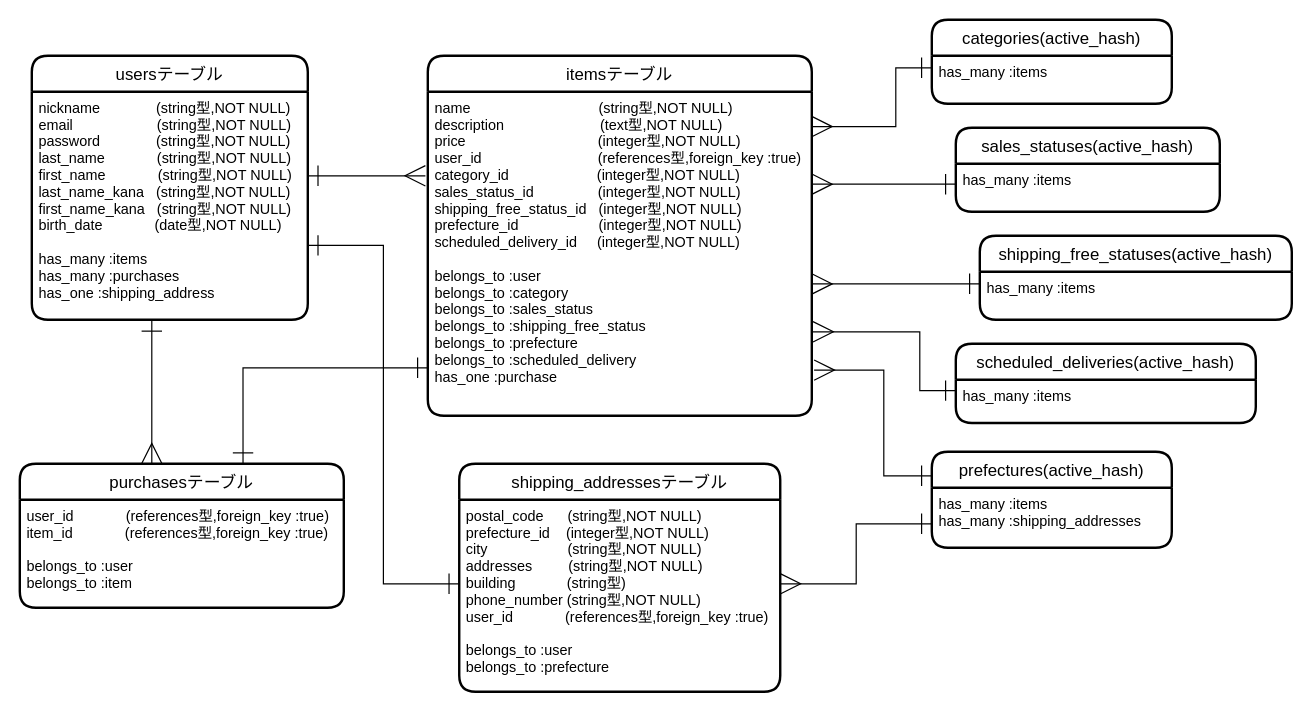
This is DB設計.dio from Yamafuku0717/furima-34794, a draw.io file, before an edit. Source tidied: cells renumbered, new cells numbered last; positions are measured from the earlier drawing's top-left corner, leaving out a move shared by most shapes. Both pictures are drawn from the tidied source at 120%, with x=0, y=0 at pixel (19, 19).
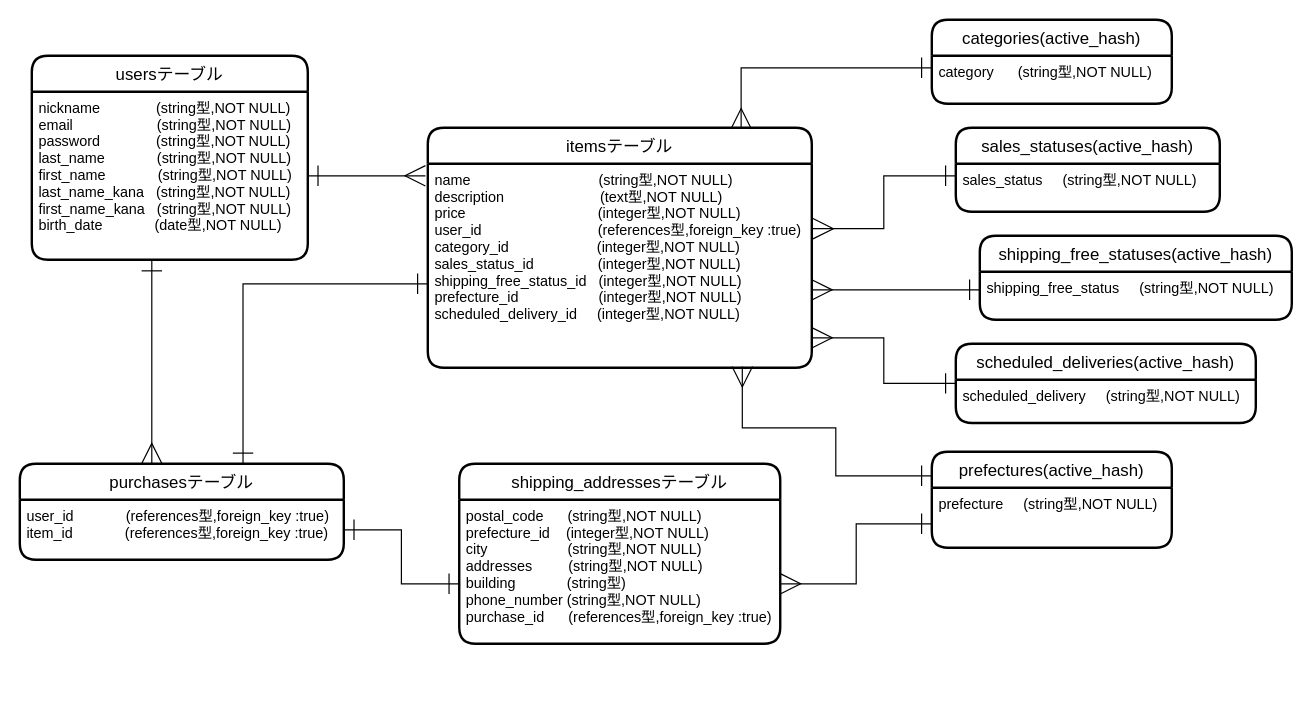
The same page after the edit.

Commit message (it also covers changes not shown here):
指摘箇所の修正

Unchanged cells that the change refers to:
```xml
<mxCell id="7" value="sales_statuses(active_hash)" style="swimlane;horizontal=1;startSize=30;rounded=1;fontSize=14;fontStyle=0;strokeWidth=2;shadow=0;dashed=0;align=center;" parent="1" vertex="1">
  <mxGeometry x="780" y="90" width="220" height="70" as="geometry" />
</mxCell>
<mxCell id="9" value="categories(active_hash)" style="swimlane;horizontal=1;startSize=30;rounded=1;fontSize=14;fontStyle=0;strokeWidth=2;shadow=0;dashed=0;align=center;" parent="1" vertex="1">
  <mxGeometry x="760" width="200" height="70" as="geometry" />
</mxCell>
<mxCell id="12" value="shipping_free_statuses(active_hash)" style="swimlane;horizontal=1;startSize=30;rounded=1;fontSize=14;fontStyle=0;strokeWidth=2;shadow=0;dashed=0;align=center;" parent="1" vertex="1">
  <mxGeometry x="800" y="180" width="260" height="70" as="geometry" />
</mxCell>
<mxCell id="14" value="scheduled_deliveries(active_hash)" style="swimlane;horizontal=1;startSize=30;rounded=1;fontSize=14;fontStyle=0;strokeWidth=2;shadow=0;dashed=0;align=center;" parent="1" vertex="1">
  <mxGeometry x="780" y="270" width="250" height="66" as="geometry" />
</mxCell>
<mxCell id="23" value="prefectures(active_hash)" style="swimlane;horizontal=1;startSize=30;rounded=1;fontSize=14;fontStyle=0;strokeWidth=2;shadow=0;dashed=0;align=center;" parent="1" vertex="1">
  <mxGeometry x="760" y="360" width="200" height="80" as="geometry" />
</mxCell>
```

The edit, as a diff of the source:
```diff
@@
     <mxCell id="2" value="usersテーブル" style="swimlane;horizontal=1;startSize=30;rounded=1;fontSize=14;fontStyle=0;strokeWidth=2;shadow=0;dashed=0;align=center;" parent="1" vertex="1">
-      <mxGeometry x="10" y="30" width="230" height="220" as="geometry" />
+      <mxGeometry x="10" y="30" width="230" height="170" as="geometry" />
     </mxCell>
-    <mxCell id="3" value="nickname              (string型,NOT NULL)&#10;email                     (string型,NOT NULL)&#10;password              (string型,NOT NULL)&#10;last_name             (string型,NOT NULL)&#10;first_name             (string型,NOT NULL)&#10;last_name_kana   (string型,NOT NULL)&#10;first_name_kana   (string型,NOT NULL)&#10;birth_date             (date型,NOT NULL)&#10;&#10;has_many :items&#10;has_many :purchases&#10;has_one :shipping_address" style="align=left;fillColor=none;spacingLeft=4;fontSize=12;verticalAlign=top;strokeColor=none;" parent="2" vertex="1">
-      <mxGeometry y="30" width="230" height="190" as="geometry" />
+    <mxCell id="3" value="nickname              (string型,NOT NULL)&#10;email                     (string型,NOT NULL)&#10;password              (string型,NOT NULL)&#10;last_name             (string型,NOT NULL)&#10;first_name             (string型,NOT NULL)&#10;last_name_kana   (string型,NOT NULL)&#10;first_name_kana   (string型,NOT NULL)&#10;birth_date             (date型,NOT NULL)" style="align=left;fillColor=none;spacingLeft=4;fontSize=12;verticalAlign=top;strokeColor=none;" parent="2" vertex="1">
+      <mxGeometry y="30" width="230" height="140" as="geometry" />
     </mxCell>
     <mxCell id="4" style="edgeStyle=orthogonalEdgeStyle;rounded=0;jettySize=auto;html=1;entryX=0.689;entryY=-0.005;entryDx=0;entryDy=0;entryPerimeter=0;startArrow=ERone;startFill=0;startSize=15;endArrow=ERone;endFill=0;endSize=15;" parent="1" edge="1" source="5" target="16">
       <mxGeometry relative="1" as="geometry">
         <Array as="points">
-          <mxPoint x="186" y="290" />
+          <mxPoint x="186" y="220" />
         </Array>
       </mxGeometry>
     </mxCell>
     <mxCell id="5" value="itemsテーブル" style="swimlane;horizontal=1;startSize=30;rounded=1;fontSize=14;fontStyle=0;strokeWidth=2;shadow=0;dashed=0;align=center;" parent="1" vertex="1">
-      <mxGeometry x="340" y="30" width="320" height="300" as="geometry" />
+      <mxGeometry x="340" y="90" width="320" height="200" as="geometry" />
     </mxCell>
-    <mxCell id="6" value="name                                (string型,NOT NULL)&#10;description                        (text型,NOT NULL)&#10;price                                 (integer型,NOT NULL)&#10;user_id                             (references型,foreign_key :true)&#10;category_id                      (integer型,NOT NULL)&#10;sales_status_id                (integer型,NOT NULL)&#10;shipping_free_status_id   (integer型,NOT NULL)&#10;prefecture_id                    (integer型,NOT NULL)&#10;scheduled_delivery_id     (integer型,NOT NULL)&#10;&#10;belongs_to :user&#10;belongs_to :category&#10;belongs_to :sales_status&#10;belongs_to :shipping_free_status&#10;belongs_to :prefecture&#10;belongs_to :scheduled_delivery&#10;has_one :purchase" style="align=left;strokeColor=none;fillColor=none;spacingLeft=4;fontSize=12;verticalAlign=top;" parent="5" vertex="1">
-      <mxGeometry y="30" width="320" height="270" as="geometry" />
+    <mxCell id="6" value="name                                (string型,NOT NULL)&#10;description                        (text型,NOT NULL)&#10;price                                 (integer型,NOT NULL)&#10;user_id                             (references型,foreign_key :true)&#10;category_id                      (integer型,NOT NULL)&#10;sales_status_id                (integer型,NOT NULL)&#10;shipping_free_status_id   (integer型,NOT NULL)&#10;prefecture_id                    (integer型,NOT NULL)&#10;scheduled_delivery_id     (integer型,NOT NULL)" style="align=left;strokeColor=none;fillColor=none;spacingLeft=4;fontSize=12;verticalAlign=top;" parent="5" vertex="1">
+      <mxGeometry y="30" width="320" height="170" as="geometry" />
     </mxCell>
@@
-    <mxCell id="8" value="has_many :items" style="align=left;strokeColor=none;fillColor=none;spacingLeft=4;fontSize=12;verticalAlign=top;" parent="7" vertex="1">
+    <mxCell id="8" value="sales_status     (string型,NOT NULL)" style="align=left;strokeColor=none;fillColor=none;spacingLeft=4;fontSize=12;verticalAlign=top;" parent="7" vertex="1">
       <mxGeometry y="30" width="220" height="40" as="geometry" />
     </mxCell>
@@
-    <mxCell id="10" value="has_many :items" style="align=left;strokeColor=none;fillColor=none;spacingLeft=4;fontSize=12;verticalAlign=top;" parent="9" vertex="1">
+    <mxCell id="10" value="category      (string型,NOT NULL)" style="align=left;strokeColor=none;fillColor=none;spacingLeft=4;fontSize=12;verticalAlign=top;" parent="9" vertex="1">
       <mxGeometry y="30" width="200" height="40" as="geometry" />
     </mxCell>
-    <mxCell id="11" style="edgeStyle=orthogonalEdgeStyle;rounded=0;jettySize=auto;html=1;startArrow=ERone;startFill=0;startSize=15;endArrow=ERmany;endFill=0;endSize=15;exitX=0;exitY=0.25;exitDx=0;exitDy=0;entryX=1;entryY=0.593;entryDx=0;entryDy=0;entryPerimeter=0;" parent="1" edge="1" source="13" target="6">
-      <mxGeometry relative="1" as="geometry" />
-    </mxCell>
@@
-    <mxCell id="13" value="has_many :items" style="align=left;strokeColor=none;fillColor=none;spacingLeft=4;fontSize=12;verticalAlign=top;" parent="12" vertex="1">
+    <mxCell id="13" value="shipping_free_status     (string型,NOT NULL)" style="align=left;strokeColor=none;fillColor=none;spacingLeft=4;fontSize=12;verticalAlign=top;" parent="12" vertex="1">
       <mxGeometry y="30" width="260" height="40" as="geometry" />
     </mxCell>
+    <mxCell id="30" style="edgeStyle=orthogonalEdgeStyle;rounded=0;jettySize=auto;html=1;entryX=1;entryY=0.853;entryDx=0;entryDy=0;entryPerimeter=0;startArrow=ERone;startFill=0;startSize=15;endArrow=ERmany;endFill=0;endSize=15;" parent="1" edge="1" source="14" target="6">
+      <mxGeometry relative="1" as="geometry" />
+    </mxCell>
@@
-    <mxCell id="15" value="has_many :items" style="align=left;strokeColor=none;fillColor=none;spacingLeft=4;fontSize=12;verticalAlign=top;" parent="14" vertex="1">
+    <mxCell id="15" value="scheduled_delivery     (string型,NOT NULL)" style="align=left;strokeColor=none;fillColor=none;spacingLeft=4;fontSize=12;verticalAlign=top;" parent="14" vertex="1">
       <mxGeometry y="30" width="250" height="36" as="geometry" />
     </mxCell>
     <mxCell id="16" value="purchasesテーブル" style="swimlane;horizontal=1;startSize=30;rounded=1;fontSize=14;fontStyle=0;strokeWidth=2;shadow=0;dashed=0;align=center;" parent="1" vertex="1">
-      <mxGeometry y="370" width="270" height="120" as="geometry" />
+      <mxGeometry y="370" width="270" height="80" as="geometry" />
     </mxCell>
-    <mxCell id="17" value="user_id             (references型,foreign_key :true)&#10;item_id             (references型,foreign_key :true)&#10;&#10;belongs_to :user&#10;belongs_to :item" style="align=left;strokeColor=none;fillColor=none;spacingLeft=4;fontSize=12;verticalAlign=top;" parent="16" vertex="1">
-      <mxGeometry y="30" width="270" height="90" as="geometry" />
+    <mxCell id="17" value="user_id             (references型,foreign_key :true)&#10;item_id             (references型,foreign_key :true)" style="align=left;strokeColor=none;fillColor=none;spacingLeft=4;fontSize=12;verticalAlign=top;" parent="16" vertex="1">
+      <mxGeometry y="30" width="270" height="50" as="geometry" />
     </mxCell>
-    <mxCell id="18" style="edgeStyle=orthogonalEdgeStyle;rounded=0;jettySize=auto;html=1;endArrow=ERmany;endFill=0;startArrow=ERone;startFill=0;endSize=15;startSize=15;exitX=0;exitY=0.25;exitDx=0;exitDy=0;" parent="1" edge="1" source="10">
-      <mxGeometry relative="1" as="geometry">
-        <mxPoint x="660" y="89" as="targetPoint" />
-        <Array as="points">
-          <mxPoint x="730" y="40" />
-          <mxPoint x="730" y="89" />
-        </Array>
-      </mxGeometry>
-    </mxCell>
-    <mxCell id="19" style="edgeStyle=orthogonalEdgeStyle;rounded=0;jettySize=auto;html=1;startArrow=ERone;startFill=0;endArrow=ERmany;endFill=0;endSize=15;startSize=15;entryX=1;entryY=0.285;entryDx=0;entryDy=0;entryPerimeter=0;" parent="1" edge="1" target="6">
-      <mxGeometry relative="1" as="geometry">
-        <mxPoint x="780" y="137" as="sourcePoint" />
-        <Array as="points">
-          <mxPoint x="780" y="137" />
-        </Array>
-      </mxGeometry>
-    </mxCell>
-    <mxCell id="20" style="edgeStyle=orthogonalEdgeStyle;rounded=0;jettySize=auto;html=1;startArrow=ERone;startFill=0;startSize=15;endSize=15;endArrow=ERmany;endFill=0;exitX=0;exitY=0.25;exitDx=0;exitDy=0;" parent="1" edge="1" source="15">
-      <mxGeometry relative="1" as="geometry">
-        <mxPoint x="661" y="260" as="targetPoint" />
-        <Array as="points">
-          <mxPoint x="750" y="309" />
-          <mxPoint x="750" y="260" />
-        </Array>
-      </mxGeometry>
-    </mxCell>
@@
-    <mxCell id="22" style="edgeStyle=orthogonalEdgeStyle;rounded=0;jettySize=auto;html=1;startArrow=ERone;startFill=0;startSize=15;endArrow=ERmany;endFill=0;endSize=15;entryX=1.006;entryY=0.859;entryDx=0;entryDy=0;entryPerimeter=0;exitX=0;exitY=0.25;exitDx=0;exitDy=0;" parent="1" edge="1" source="23" target="6">
+    <mxCell id="22" style="edgeStyle=orthogonalEdgeStyle;rounded=0;jettySize=auto;html=1;entryX=0.819;entryY=0.994;entryDx=0;entryDy=0;entryPerimeter=0;startArrow=ERone;startFill=0;startSize=15;endArrow=ERmany;endFill=0;endSize=15;" parent="1" edge="1" source="23" target="6">
       <mxGeometry relative="1" as="geometry">
         <Array as="points">
-          <mxPoint x="720" y="380" />
-          <mxPoint x="720" y="292" />
+          <mxPoint x="680" y="380" />
+          <mxPoint x="680" y="340" />
+          <mxPoint x="602" y="340" />
         </Array>
       </mxGeometry>
     </mxCell>
@@
-    <mxCell id="24" value="has_many :items&#10;has_many :shipping_addresses" style="align=left;strokeColor=none;fillColor=none;spacingLeft=4;fontSize=12;verticalAlign=top;" parent="23" vertex="1">
+    <mxCell id="24" value="prefecture     (string型,NOT NULL)" style="align=left;strokeColor=none;fillColor=none;spacingLeft=4;fontSize=12;verticalAlign=top;" parent="23" vertex="1">
       <mxGeometry y="30" width="200" height="50" as="geometry" />
     </mxCell>
     <mxCell id="25" value="shipping_addressesテーブル" style="swimlane;horizontal=1;startSize=30;rounded=1;fontSize=14;fontStyle=0;strokeWidth=2;shadow=0;dashed=0;align=center;" parent="1" vertex="1">
-      <mxGeometry x="366.2" y="370" width="267.5" height="190" as="geometry" />
+      <mxGeometry x="366.2" y="370" width="267.5" height="150" as="geometry" />
     </mxCell>
-    <mxCell id="26" value="postal_code      (string型,NOT NULL)&#10;prefecture_id    (integer型,NOT NULL)&#10;city                    (string型,NOT NULL)&#10;addresses         (string型,NOT NULL)&#10;building　　　  (string型)&#10;phone_number (string型,NOT NULL)&#10;user_id             (references型,foreign_key :true)&#10;&#10;belongs_to :user&#10;belongs_to :prefecture" style="align=left;strokeColor=none;fillColor=none;spacingLeft=4;fontSize=12;verticalAlign=top;" parent="25" vertex="1">
-      <mxGeometry y="30" width="267.5" height="160" as="geometry" />
+    <mxCell id="26" value="postal_code      (string型,NOT NULL)&#10;prefecture_id    (integer型,NOT NULL)&#10;city                    (string型,NOT NULL)&#10;addresses         (string型,NOT NULL)&#10;building　　　  (string型)&#10;phone_number (string型,NOT NULL)&#10;purchase_id      (references型,foreign_key :true)&#10;" style="align=left;strokeColor=none;fillColor=none;spacingLeft=4;fontSize=12;verticalAlign=top;" parent="25" vertex="1">
+      <mxGeometry y="30" width="267.5" height="120" as="geometry" />
     </mxCell>
@@
-    <mxCell id="28" style="edgeStyle=orthogonalEdgeStyle;rounded=0;jettySize=auto;html=1;startArrow=ERone;startFill=0;startSize=15;endArrow=ERone;endFill=0;endSize=15;" parent="1" edge="1" source="26">
-      <mxGeometry relative="1" as="geometry">
-        <mxPoint x="240" y="188" as="targetPoint" />
-        <Array as="points">
-          <mxPoint x="303" y="470" />
-          <mxPoint x="303" y="188" />
-        </Array>
-      </mxGeometry>
-    </mxCell>
@@
+    <mxCell id="31" style="edgeStyle=orthogonalEdgeStyle;rounded=0;jettySize=auto;html=1;startArrow=ERone;startFill=0;startSize=15;endArrow=ERone;endFill=0;endSize=15;entryX=1;entryY=0.5;entryDx=0;entryDy=0;" parent="1" edge="1" source="26" target="17">
+      <mxGeometry relative="1" as="geometry">
+        <Array as="points">
+          <mxPoint x="318" y="470" />
+          <mxPoint x="318" y="425" />
+        </Array>
+      </mxGeometry>
+    </mxCell>
+    <mxCell id="11" style="edgeStyle=orthogonalEdgeStyle;rounded=0;jettySize=auto;html=1;entryX=1;entryY=0.618;entryDx=0;entryDy=0;entryPerimeter=0;startArrow=ERone;startFill=0;startSize=15;endArrow=ERmany;endFill=0;endSize=15;" parent="1" edge="1" source="13" target="6">
+      <mxGeometry relative="1" as="geometry">
+        <Array as="points">
+          <mxPoint x="770" y="225" />
+          <mxPoint x="770" y="225" />
+        </Array>
+      </mxGeometry>
+    </mxCell>
+    <mxCell id="32" style="edgeStyle=orthogonalEdgeStyle;rounded=0;jettySize=auto;html=1;entryX=1.003;entryY=0.318;entryDx=0;entryDy=0;entryPerimeter=0;startArrow=ERone;startFill=0;startSize=15;endArrow=ERmany;endFill=0;endSize=15;" parent="1" edge="1" source="8" target="6">
+      <mxGeometry relative="1" as="geometry">
+        <Array as="points">
+          <mxPoint x="720" y="130" />
+          <mxPoint x="720" y="174" />
+        </Array>
+      </mxGeometry>
+    </mxCell>
+    <mxCell id="33" style="edgeStyle=orthogonalEdgeStyle;rounded=0;jettySize=auto;html=1;entryX=0.816;entryY=0.005;entryDx=0;entryDy=0;entryPerimeter=0;startArrow=ERone;startFill=0;startSize=15;endArrow=ERmany;endFill=0;endSize=15;" parent="1" edge="1" source="10" target="5">
+      <mxGeometry relative="1" as="geometry">
+        <Array as="points">
+          <mxPoint x="601" y="40" />
+        </Array>
+      </mxGeometry>
+    </mxCell>
```
